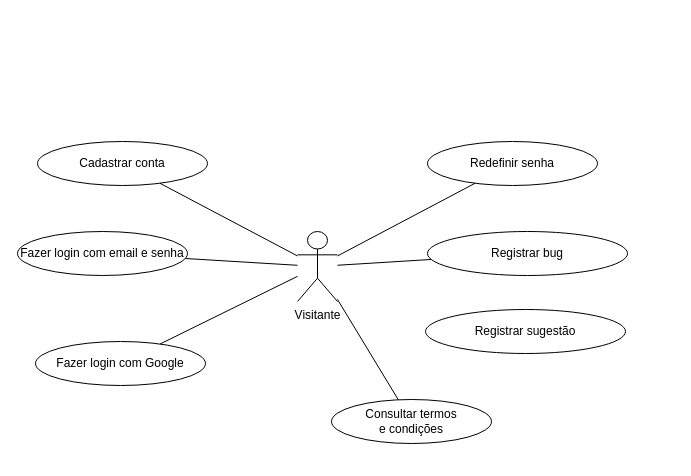
israelhub/JacalorIA-CONTADOR-DE-CALORIAS keeps this draw.io diagram as page "Visitante" (2 of 4) of frontend/CasosDeUso.drawio. Above is the earlier version. Source tidied: cells renumbered, new cells numbered last; positions are measured from the earlier drawing's top-left corner, leaving out a move shared by most shapes. Both pictures are drawn from the tidied source at 100%, with x=0, y=0 at pixel (17, 141).
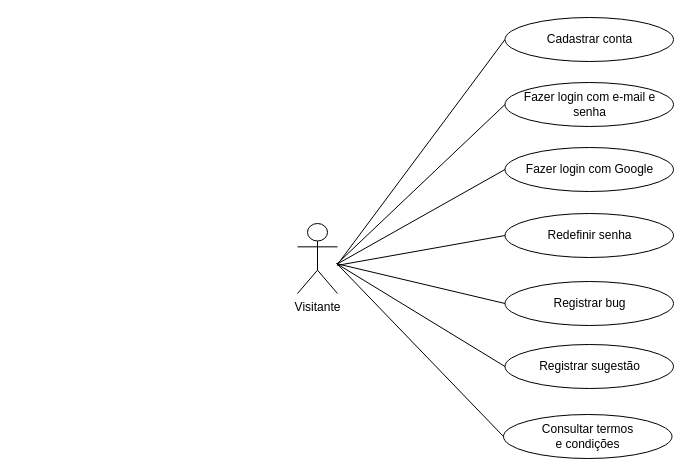
The same diagram, later.

The edit, as a diff of the source:
```diff
@@
     <mxCell id="2" value="Visitante" style="shape=umlActor;verticalLabelPosition=bottom;verticalAlign=top;html=1;outlineConnect=0;" parent="1" vertex="1">
-      <mxGeometry x="280" y="90" width="40" height="70" as="geometry" />
+      <mxGeometry x="280" y="82" width="40" height="70" as="geometry" />
     </mxCell>
-    <mxCell id="3" style="endArrow=none;html=1;rounded=0;strokeWidth=1;" parent="1" edge="1" source="2" target="9">
-      <mxGeometry relative="1" as="geometry" />
+    <mxCell id="3" style="endArrow=none;html=1;rounded=0;strokeWidth=1;entryX=0;entryY=0.5;entryDx=0;entryDy=0;" parent="1" edge="1" target="9">
+      <mxGeometry relative="1" as="geometry">
+        <mxPoint x="320.1" y="122.8" as="sourcePoint" />
+      </mxGeometry>
     </mxCell>
-    <mxCell id="4" style="endArrow=none;html=1;rounded=0;strokeWidth=1;" parent="1" edge="1" source="2" target="10">
-      <mxGeometry relative="1" as="geometry" />
+    <mxCell id="4" style="endArrow=none;html=1;rounded=0;strokeWidth=1;entryX=0;entryY=0.5;entryDx=0;entryDy=0;" parent="1" edge="1" target="10">
+      <mxGeometry relative="1" as="geometry">
+        <mxPoint x="319.6" y="122.3" as="sourcePoint" />
+      </mxGeometry>
     </mxCell>
-    <mxCell id="5" style="endArrow=none;html=1;rounded=0;strokeWidth=1;" parent="1" edge="1" source="2" target="11">
-      <mxGeometry relative="1" as="geometry" />
+    <mxCell id="5" style="endArrow=none;html=1;rounded=0;strokeWidth=1;entryX=0;entryY=0.5;entryDx=0;entryDy=0;" parent="1" edge="1" target="11">
+      <mxGeometry relative="1" as="geometry">
+        <mxPoint x="320.1" y="122.3" as="sourcePoint" />
+      </mxGeometry>
     </mxCell>
-    <mxCell id="6" style="endArrow=none;html=1;rounded=0;strokeWidth=1;" parent="1" edge="1" source="2" target="12">
-      <mxGeometry relative="1" as="geometry" />
+    <mxCell id="6" style="endArrow=none;html=1;rounded=0;strokeWidth=1;entryX=0;entryY=0.5;entryDx=0;entryDy=0;" parent="1" edge="1" target="12">
+      <mxGeometry relative="1" as="geometry">
+        <mxPoint x="319.7" y="123.9" as="sourcePoint" />
+      </mxGeometry>
     </mxCell>
-    <mxCell id="7" style="endArrow=none;html=1;rounded=0;strokeWidth=1;" parent="1" edge="1" source="2" target="13">
-      <mxGeometry relative="1" as="geometry" />
+    <mxCell id="7" style="endArrow=none;html=1;rounded=0;strokeWidth=1;entryX=0;entryY=0.5;entryDx=0;entryDy=0;" parent="1" edge="1" target="13">
+      <mxGeometry relative="1" as="geometry">
+        <mxPoint x="320" y="122.8" as="sourcePoint" />
+      </mxGeometry>
     </mxCell>
-    <mxCell id="8" style="endArrow=none;html=1;rounded=0;strokeWidth=1;" parent="1" edge="1" source="2" target="14">
-      <mxGeometry relative="1" as="geometry" />
+    <mxCell id="8" style="endArrow=none;html=1;rounded=0;strokeWidth=1;entryX=0;entryY=0.5;entryDx=0;entryDy=0;" parent="1" edge="1" target="14">
+      <mxGeometry relative="1" as="geometry">
+        <mxPoint x="319.6" y="122.3" as="sourcePoint" />
+      </mxGeometry>
     </mxCell>
     <mxCell id="9" value="Cadastrar conta" style="ellipse;whiteSpace=wrap;html=1;" parent="1" vertex="1">
-      <mxGeometry x="20" width="170" height="44" as="geometry" />
+      <mxGeometry x="487.5" y="-124" width="168.5" height="44" as="geometry" />
     </mxCell>
-    <mxCell id="10" value="Fazer login com email e senha" style="ellipse;whiteSpace=wrap;html=1;" parent="1" vertex="1">
-      <mxGeometry y="90" width="170" height="44" as="geometry" />
+    <mxCell id="10" value="Fazer login com e-mail e senha" style="ellipse;whiteSpace=wrap;html=1;" parent="1" vertex="1">
+      <mxGeometry x="487.5" y="-59" width="168.5" height="44" as="geometry" />
     </mxCell>
     <mxCell id="11" value="Fazer login com Google" style="ellipse;whiteSpace=wrap;html=1;" parent="1" vertex="1">
-      <mxGeometry x="18" y="200" width="170" height="44" as="geometry" />
+      <mxGeometry x="487.5" y="6" width="168.5" height="44" as="geometry" />
     </mxCell>
     <mxCell id="12" value="Redefinir senha" style="ellipse;whiteSpace=wrap;html=1;" parent="1" vertex="1">
-      <mxGeometry x="410" width="170" height="44" as="geometry" />
+      <mxGeometry x="487.5" y="72" width="168.5" height="44" as="geometry" />
     </mxCell>
     <mxCell id="13" value="Consultar termos&#10;e condições" style="ellipse;whiteSpace=wrap;html=1;" parent="1" vertex="1">
-      <mxGeometry x="314" y="258" width="160" height="44" as="geometry" />
+      <mxGeometry x="486" y="273" width="168.5" height="44" as="geometry" />
     </mxCell>
     <mxCell id="14" value="Registrar bug" style="ellipse;whiteSpace=wrap;html=1;" parent="1" vertex="1">
-      <mxGeometry x="410" y="90" width="200" height="44" as="geometry" />
+      <mxGeometry x="487.5" y="140" width="168.5" height="44" as="geometry" />
     </mxCell>
     <mxCell id="15" value="Registrar sugestão" style="ellipse;whiteSpace=wrap;html=1;" parent="1" vertex="1">
-      <mxGeometry x="408" y="168" width="200" height="44" as="geometry" />
+      <mxGeometry x="487.5" y="203" width="168.5" height="44" as="geometry" />
     </mxCell>
+    <mxCell id="16" style="endArrow=none;html=1;rounded=0;strokeWidth=1;entryX=0;entryY=0.5;entryDx=0;entryDy=0;" parent="1" edge="1" target="15">
+      <mxGeometry relative="1" as="geometry">
+        <mxPoint x="318.7" y="121.9" as="sourcePoint" />
+      </mxGeometry>
+    </mxCell>
```
